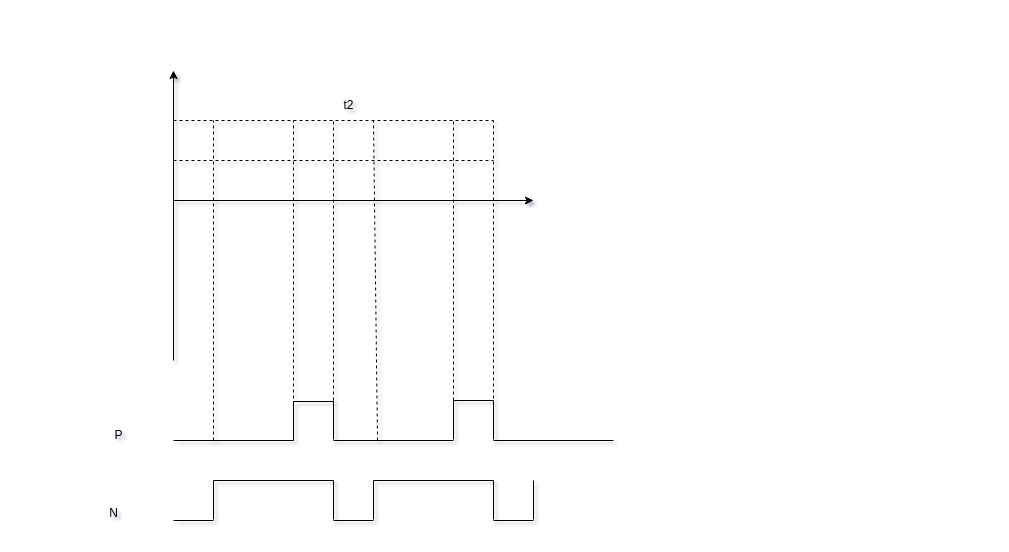
The draw.io diagram page "边沿对齐" (1 of 6) of 电驱芯片外设介绍.drawio in Vinson-001/Blog-flow-chart, before the edit. Source tidied: cells renumbered, new cells numbered last; positions are measured from the earlier drawing's top-left corner, leaving out a move shared by most shapes. Both pictures are drawn from the tidied source at 100%, with x=0, y=0 at pixel (98, 70).
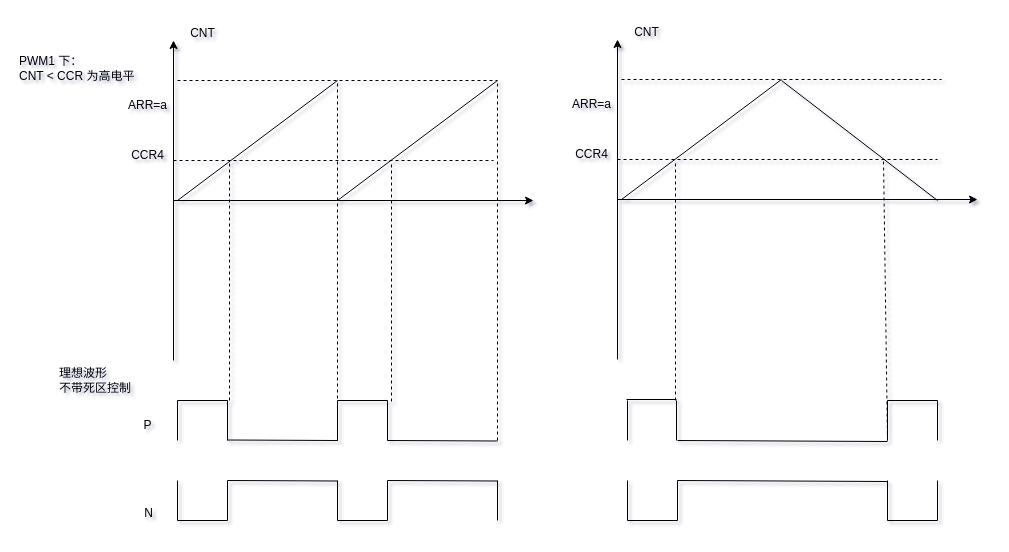
The same page after the edit.

Commit message (it also covers changes not shown here):
更新电驱芯片外设介绍.drawio

The edit, as a diff of the source:
```diff
@@
     <mxCell id="3" style="endArrow=classic;html=1;rounded=0;" parent="1" edge="1">
       <mxGeometry relative="1" as="geometry">
         <mxPoint x="75" y="290" as="sourcePoint" />
-        <mxPoint x="75" as="targetPoint" />
+        <mxPoint x="75" y="-30" as="targetPoint" />
       </mxGeometry>
     </mxCell>
-    <mxCell id="4" value="t2" style="text;html=1;align=center;verticalAlign=middle;strokeColor=none;fillColor=none;" parent="1" vertex="1">
-      <mxGeometry x="235" y="20" width="30" height="30" as="geometry" />
-    </mxCell>
-    <mxCell id="5" style="endArrow=none;html=1;rounded=0;dashed=1;" parent="1" edge="1">
-      <mxGeometry relative="1" as="geometry">
-        <mxPoint x="235" y="330" as="sourcePoint" />
-        <mxPoint x="235" y="48" as="targetPoint" />
-      </mxGeometry>
-    </mxCell>
     <mxCell id="6" style="endArrow=none;dashed=1;html=1;rounded=0;" parent="1" edge="1">
       <mxGeometry relative="1" as="geometry">
-        <mxPoint x="75" y="50" as="sourcePoint" />
-        <mxPoint x="395" y="50" as="targetPoint" />
+        <mxPoint x="79" y="10" as="sourcePoint" />
+        <mxPoint x="399" y="10" as="targetPoint" />
       </mxGeometry>
     </mxCell>
@@
     <mxCell id="8" style="endArrow=none;html=1;rounded=0;" parent="1" edge="1">
       <mxGeometry relative="1" as="geometry">
-        <mxPoint x="75" y="370" as="sourcePoint" />
-        <mxPoint x="195" y="370" as="targetPoint" />
+        <mxPoint x="79" y="370" as="sourcePoint" />
+        <mxPoint x="79" y="330" as="targetPoint" />
       </mxGeometry>
     </mxCell>
     <mxCell id="9" value="P" style="text;html=1;align=center;verticalAlign=middle;strokeColor=none;fillColor=none;" parent="1" vertex="1">
-      <mxGeometry x="5" y="350" width="30" height="30" as="geometry" />
+      <mxGeometry x="34" y="340" width="30" height="30" as="geometry" />
     </mxCell>
-    <mxCell id="10" style="endArrow=none;html=1;rounded=0;" parent="1" edge="1">
-      <mxGeometry relative="1" as="geometry">
-        <mxPoint x="195" y="370" as="sourcePoint" />
-        <mxPoint x="195" y="331" as="targetPoint" />
-      </mxGeometry>
-    </mxCell>
-    <mxCell id="11" style="endArrow=none;html=1;rounded=0;" parent="1" edge="1">
-      <mxGeometry relative="1" as="geometry">
-        <mxPoint x="195" y="331" as="sourcePoint" />
-        <mxPoint x="235" y="331" as="targetPoint" />
-      </mxGeometry>
-    </mxCell>
-    <mxCell id="12" style="endArrow=none;html=1;rounded=0;dashed=1;" parent="1" edge="1">
-      <mxGeometry relative="1" as="geometry">
-        <mxPoint x="115" y="370" as="sourcePoint" />
-        <mxPoint x="115" y="50" as="targetPoint" />
-      </mxGeometry>
-    </mxCell>
-    <mxCell id="13" style="endArrow=none;html=1;rounded=0;" parent="1" edge="1">
-      <mxGeometry relative="1" as="geometry">
-        <mxPoint x="75" y="450" as="sourcePoint" />
-        <mxPoint x="115" y="450" as="targetPoint" />
-      </mxGeometry>
-    </mxCell>
-    <mxCell id="14" style="endArrow=none;html=1;rounded=0;" parent="1" edge="1">
-      <mxGeometry relative="1" as="geometry">
-        <mxPoint x="115" y="449" as="sourcePoint" />
-        <mxPoint x="115" y="410" as="targetPoint" />
-      </mxGeometry>
-    </mxCell>
-    <mxCell id="15" style="endArrow=none;html=1;rounded=0;" parent="1" edge="1">
-      <mxGeometry relative="1" as="geometry">
-        <mxPoint x="115" y="410" as="sourcePoint" />
-        <mxPoint x="235" y="410" as="targetPoint" />
-      </mxGeometry>
-    </mxCell>
     <mxCell id="16" value="N" style="text;html=1;align=center;verticalAlign=middle;strokeColor=none;fillColor=none;" parent="1" vertex="1">
-      <mxGeometry y="428" width="30" height="30" as="geometry" />
+      <mxGeometry x="35" y="428" width="30" height="30" as="geometry" />
     </mxCell>
-    <mxCell id="17" style="endArrow=none;html=1;rounded=0;dashed=1;" parent="1" edge="1">
-      <mxGeometry relative="1" as="geometry">
-        <mxPoint x="195" y="370" as="sourcePoint" />
-        <mxPoint x="195" y="50" as="targetPoint" />
-      </mxGeometry>
-    </mxCell>
-    <mxCell id="18" style="endArrow=none;html=1;rounded=0;" parent="1" edge="1">
-      <mxGeometry relative="1" as="geometry">
-        <mxPoint x="235" y="370" as="sourcePoint" />
-        <mxPoint x="355" y="370" as="targetPoint" />
-      </mxGeometry>
-    </mxCell>
-    <mxCell id="19" style="endArrow=none;html=1;rounded=0;" parent="1" edge="1">
-      <mxGeometry relative="1" as="geometry">
-        <mxPoint x="235" y="369" as="sourcePoint" />
-        <mxPoint x="235" y="330" as="targetPoint" />
-      </mxGeometry>
-    </mxCell>
-    <mxCell id="20" style="endArrow=none;html=1;rounded=0;" parent="1" edge="1">
-      <mxGeometry relative="1" as="geometry">
-        <mxPoint x="355" y="369" as="sourcePoint" />
-        <mxPoint x="355" y="330" as="targetPoint" />
-      </mxGeometry>
-    </mxCell>
-    <mxCell id="21" style="endArrow=none;html=1;rounded=0;" parent="1" edge="1">
-      <mxGeometry relative="1" as="geometry">
-        <mxPoint x="355" y="330" as="sourcePoint" />
-        <mxPoint x="395" y="330" as="targetPoint" />
-      </mxGeometry>
-    </mxCell>
-    <mxCell id="22" style="endArrow=none;html=1;rounded=0;" parent="1" edge="1">
-      <mxGeometry relative="1" as="geometry">
-        <mxPoint x="395" y="370" as="sourcePoint" />
-        <mxPoint x="515" y="370" as="targetPoint" />
-      </mxGeometry>
-    </mxCell>
-    <mxCell id="23" style="endArrow=none;html=1;rounded=0;" parent="1" edge="1">
-      <mxGeometry relative="1" as="geometry">
-        <mxPoint x="395" y="369" as="sourcePoint" />
-        <mxPoint x="395" y="330" as="targetPoint" />
-      </mxGeometry>
-    </mxCell>
-    <mxCell id="24" style="endArrow=none;html=1;rounded=0;" parent="1" edge="1">
-      <mxGeometry relative="1" as="geometry">
-        <mxPoint x="235" y="450" as="sourcePoint" />
-        <mxPoint x="275" y="450" as="targetPoint" />
-      </mxGeometry>
-    </mxCell>
-    <mxCell id="25" style="endArrow=none;html=1;rounded=0;" parent="1" edge="1">
-      <mxGeometry relative="1" as="geometry">
-        <mxPoint x="235" y="449" as="sourcePoint" />
-        <mxPoint x="235" y="410" as="targetPoint" />
-      </mxGeometry>
-    </mxCell>
-    <mxCell id="26" style="endArrow=none;html=1;rounded=0;" parent="1" edge="1">
-      <mxGeometry relative="1" as="geometry">
-        <mxPoint x="275" y="449" as="sourcePoint" />
-        <mxPoint x="275" y="410" as="targetPoint" />
-      </mxGeometry>
-    </mxCell>
-    <mxCell id="27" style="endArrow=none;html=1;rounded=0;" parent="1" edge="1">
-      <mxGeometry relative="1" as="geometry">
-        <mxPoint x="275" y="410" as="sourcePoint" />
-        <mxPoint x="395" y="410" as="targetPoint" />
-      </mxGeometry>
-    </mxCell>
-    <mxCell id="28" style="endArrow=none;html=1;rounded=0;" parent="1" edge="1">
-      <mxGeometry relative="1" as="geometry">
-        <mxPoint x="395" y="450" as="sourcePoint" />
-        <mxPoint x="435" y="450" as="targetPoint" />
-      </mxGeometry>
-    </mxCell>
-    <mxCell id="29" style="endArrow=none;html=1;rounded=0;" parent="1" edge="1">
-      <mxGeometry relative="1" as="geometry">
-        <mxPoint x="395" y="449" as="sourcePoint" />
-        <mxPoint x="395" y="410" as="targetPoint" />
-      </mxGeometry>
-    </mxCell>
-    <mxCell id="30" style="endArrow=none;html=1;rounded=0;" parent="1" edge="1">
-      <mxGeometry relative="1" as="geometry">
-        <mxPoint x="435" y="449" as="sourcePoint" />
-        <mxPoint x="435" y="410" as="targetPoint" />
-      </mxGeometry>
-    </mxCell>
-    <mxCell id="31" style="endArrow=none;html=1;rounded=0;dashed=1;" parent="1" edge="1">
-      <mxGeometry relative="1" as="geometry">
-        <mxPoint x="279" y="370" as="sourcePoint" />
-        <mxPoint x="275" y="50" as="targetPoint" />
-      </mxGeometry>
-    </mxCell>
-    <mxCell id="32" style="endArrow=none;html=1;rounded=0;dashed=1;" parent="1" edge="1">
-      <mxGeometry relative="1" as="geometry">
-        <mxPoint x="355" y="330" as="sourcePoint" />
-        <mxPoint x="355" y="50" as="targetPoint" />
-      </mxGeometry>
-    </mxCell>
-    <mxCell id="33" style="endArrow=none;html=1;rounded=0;dashed=1;" parent="1" edge="1">
-      <mxGeometry relative="1" as="geometry">
-        <mxPoint x="395" y="340" as="sourcePoint" />
-        <mxPoint x="395" y="50" as="targetPoint" />
-      </mxGeometry>
-    </mxCell>
+    <mxCell id="34" value="CNT" style="text;html=1;align=center;verticalAlign=middle;strokeColor=none;fillColor=none;" parent="1" vertex="1">
+      <mxGeometry x="79" y="-52" width="50" height="30" as="geometry" />
+    </mxCell>
+    <mxCell id="35" value="ARR=a" style="text;html=1;align=center;verticalAlign=middle;strokeColor=none;fillColor=none;" parent="1" vertex="1">
+      <mxGeometry x="19" y="20" width="60" height="30" as="geometry" />
+    </mxCell>
+    <mxCell id="36" value="CCR4" style="text;html=1;align=center;verticalAlign=middle;strokeColor=none;fillColor=none;" parent="1" vertex="1">
+      <mxGeometry x="19" y="70" width="60" height="30" as="geometry" />
+    </mxCell>
+    <mxCell id="37" value="PWM1 下：&lt;div&gt;CNT &amp;lt; CCR 为高电平&lt;/div&gt;" style="text;html=1;align=left;verticalAlign=middle;strokeColor=none;fillColor=none;" parent="1" vertex="1">
+      <mxGeometry x="-81" y="-22" width="140" height="40" as="geometry" />
+    </mxCell>
+    <mxCell id="38" style="endArrow=none;html=1;rounded=0;" parent="1" edge="1">
+      <mxGeometry relative="1" as="geometry">
+        <mxPoint x="79" y="130" as="sourcePoint" />
+        <mxPoint x="239" y="10" as="targetPoint" />
+      </mxGeometry>
+    </mxCell>
+    <mxCell id="39" style="endArrow=none;html=1;rounded=0;" parent="1" edge="1">
+      <mxGeometry relative="1" as="geometry">
+        <mxPoint x="79" y="330" as="sourcePoint" />
+        <mxPoint x="129" y="330" as="targetPoint" />
+      </mxGeometry>
+    </mxCell>
+    <mxCell id="40" style="endArrow=none;dashed=1;html=1;rounded=0;" parent="1" edge="1">
+      <mxGeometry relative="1" as="geometry">
+        <mxPoint x="131" y="330" as="sourcePoint" />
+        <mxPoint x="131" y="90" as="targetPoint" />
+      </mxGeometry>
+    </mxCell>
+    <mxCell id="41" style="endArrow=none;html=1;rounded=0;" parent="1" edge="1">
+      <mxGeometry relative="1" as="geometry">
+        <mxPoint x="129" y="370" as="sourcePoint" />
+        <mxPoint x="129" y="330" as="targetPoint" />
+      </mxGeometry>
+    </mxCell>
+    <mxCell id="42" style="endArrow=none;html=1;rounded=0;" parent="1" edge="1">
+      <mxGeometry relative="1" as="geometry">
+        <mxPoint x="129" y="369.5" as="sourcePoint" />
+        <mxPoint x="239" y="370" as="targetPoint" />
+      </mxGeometry>
+    </mxCell>
+    <mxCell id="43" style="endArrow=none;html=1;rounded=0;" parent="1" edge="1">
+      <mxGeometry relative="1" as="geometry">
+        <mxPoint x="239" y="130" as="sourcePoint" />
+        <mxPoint x="399" y="10" as="targetPoint" />
+      </mxGeometry>
+    </mxCell>
+    <mxCell id="44" style="endArrow=none;dashed=1;html=1;rounded=0;" parent="1" edge="1">
+      <mxGeometry relative="1" as="geometry">
+        <mxPoint x="239" y="370" as="sourcePoint" />
+        <mxPoint x="239" y="10" as="targetPoint" />
+      </mxGeometry>
+    </mxCell>
+    <mxCell id="45" style="endArrow=none;html=1;rounded=0;" parent="1" edge="1">
+      <mxGeometry relative="1" as="geometry">
+        <mxPoint x="239" y="370" as="sourcePoint" />
+        <mxPoint x="239" y="330" as="targetPoint" />
+      </mxGeometry>
+    </mxCell>
+    <mxCell id="46" style="endArrow=none;html=1;rounded=0;" parent="1" edge="1">
+      <mxGeometry relative="1" as="geometry">
+        <mxPoint x="239" y="330" as="sourcePoint" />
+        <mxPoint x="289" y="330" as="targetPoint" />
+      </mxGeometry>
+    </mxCell>
+    <mxCell id="47" style="endArrow=none;html=1;rounded=0;" parent="1" edge="1">
+      <mxGeometry relative="1" as="geometry">
+        <mxPoint x="289" y="370" as="sourcePoint" />
+        <mxPoint x="289" y="330" as="targetPoint" />
+      </mxGeometry>
+    </mxCell>
+    <mxCell id="48" style="endArrow=none;dashed=1;html=1;rounded=0;" parent="1" edge="1">
+      <mxGeometry relative="1" as="geometry">
+        <mxPoint x="293" y="331" as="sourcePoint" />
+        <mxPoint x="293" y="91" as="targetPoint" />
+      </mxGeometry>
+    </mxCell>
+    <mxCell id="49" style="endArrow=none;html=1;rounded=0;" parent="1" edge="1">
+      <mxGeometry relative="1" as="geometry">
+        <mxPoint x="289" y="370" as="sourcePoint" />
+        <mxPoint x="399" y="370.5" as="targetPoint" />
+      </mxGeometry>
+    </mxCell>
+    <mxCell id="50" style="endArrow=none;html=1;rounded=0;" parent="1" edge="1">
+      <mxGeometry relative="1" as="geometry">
+        <mxPoint x="79" y="450" as="sourcePoint" />
+        <mxPoint x="129" y="450" as="targetPoint" />
+      </mxGeometry>
+    </mxCell>
+    <mxCell id="51" style="endArrow=none;html=1;rounded=0;" parent="1" edge="1">
+      <mxGeometry relative="1" as="geometry">
+        <mxPoint x="129" y="450" as="sourcePoint" />
+        <mxPoint x="129" y="410" as="targetPoint" />
+      </mxGeometry>
+    </mxCell>
+    <mxCell id="52" style="endArrow=none;html=1;rounded=0;" parent="1" edge="1">
+      <mxGeometry relative="1" as="geometry">
+        <mxPoint x="129" y="410" as="sourcePoint" />
+        <mxPoint x="239" y="410.5" as="targetPoint" />
+      </mxGeometry>
+    </mxCell>
+    <mxCell id="53" style="endArrow=none;html=1;rounded=0;" parent="1" edge="1">
+      <mxGeometry relative="1" as="geometry">
+        <mxPoint x="239" y="450" as="sourcePoint" />
+        <mxPoint x="239" y="410" as="targetPoint" />
+      </mxGeometry>
+    </mxCell>
+    <mxCell id="54" style="endArrow=none;html=1;rounded=0;" parent="1" edge="1">
+      <mxGeometry relative="1" as="geometry">
+        <mxPoint x="239" y="450" as="sourcePoint" />
+        <mxPoint x="289" y="450" as="targetPoint" />
+      </mxGeometry>
+    </mxCell>
+    <mxCell id="55" style="endArrow=none;html=1;rounded=0;" parent="1" edge="1">
+      <mxGeometry relative="1" as="geometry">
+        <mxPoint x="289" y="450" as="sourcePoint" />
+        <mxPoint x="289" y="410" as="targetPoint" />
+      </mxGeometry>
+    </mxCell>
+    <mxCell id="56" style="endArrow=none;html=1;rounded=0;" parent="1" edge="1">
+      <mxGeometry relative="1" as="geometry">
+        <mxPoint x="289" y="410" as="sourcePoint" />
+        <mxPoint x="399" y="410.5" as="targetPoint" />
+      </mxGeometry>
+    </mxCell>
+    <mxCell id="57" style="endArrow=none;html=1;rounded=0;" parent="1" edge="1">
+      <mxGeometry relative="1" as="geometry">
+        <mxPoint x="79" y="450" as="sourcePoint" />
+        <mxPoint x="79" y="410" as="targetPoint" />
+      </mxGeometry>
+    </mxCell>
+    <mxCell id="58" style="endArrow=none;html=1;rounded=0;" parent="1" edge="1">
+      <mxGeometry relative="1" as="geometry">
+        <mxPoint x="399" y="450" as="sourcePoint" />
+        <mxPoint x="399" y="410" as="targetPoint" />
+      </mxGeometry>
+    </mxCell>
+    <mxCell id="59" style="endArrow=none;dashed=1;html=1;rounded=0;" parent="1" edge="1">
+      <mxGeometry relative="1" as="geometry">
+        <mxPoint x="399" y="370" as="sourcePoint" />
+        <mxPoint x="399" y="10" as="targetPoint" />
+      </mxGeometry>
+    </mxCell>
+    <mxCell id="60" value="理想波形&lt;div&gt;不带死区控制&lt;/div&gt;" style="text;html=1;align=left;verticalAlign=middle;strokeColor=none;fillColor=none;" parent="1" vertex="1">
+      <mxGeometry x="-41" y="290" width="100" height="40" as="geometry" />
+    </mxCell>
+    <mxCell id="61" style="endArrow=classic;html=1;rounded=0;" parent="1" edge="1">
+      <mxGeometry relative="1" as="geometry">
+        <mxPoint x="519" y="129" as="sourcePoint" />
+        <mxPoint x="879" y="129" as="targetPoint" />
+      </mxGeometry>
+    </mxCell>
+    <mxCell id="62" style="endArrow=classic;html=1;rounded=0;" parent="1" edge="1">
+      <mxGeometry relative="1" as="geometry">
+        <mxPoint x="519" y="289" as="sourcePoint" />
+        <mxPoint x="519" y="-31" as="targetPoint" />
+      </mxGeometry>
+    </mxCell>
+    <mxCell id="63" style="endArrow=none;dashed=1;html=1;rounded=0;" parent="1" edge="1">
+      <mxGeometry relative="1" as="geometry">
+        <mxPoint x="523" y="9" as="sourcePoint" />
+        <mxPoint x="843" y="9" as="targetPoint" />
+      </mxGeometry>
+    </mxCell>
+    <mxCell id="64" style="endArrow=none;dashed=1;html=1;rounded=0;" parent="1" edge="1">
+      <mxGeometry relative="1" as="geometry">
+        <mxPoint x="519" y="89" as="sourcePoint" />
+        <mxPoint x="839" y="89" as="targetPoint" />
+      </mxGeometry>
+    </mxCell>
+    <mxCell id="65" value="CNT" style="text;html=1;align=center;verticalAlign=middle;strokeColor=none;fillColor=none;" parent="1" vertex="1">
+      <mxGeometry x="523" y="-53" width="50" height="30" as="geometry" />
+    </mxCell>
+    <mxCell id="66" value="ARR=a" style="text;html=1;align=center;verticalAlign=middle;strokeColor=none;fillColor=none;" parent="1" vertex="1">
+      <mxGeometry x="463" y="19" width="60" height="30" as="geometry" />
+    </mxCell>
+    <mxCell id="67" value="CCR4" style="text;html=1;align=center;verticalAlign=middle;strokeColor=none;fillColor=none;" parent="1" vertex="1">
+      <mxGeometry x="463" y="69" width="60" height="30" as="geometry" />
+    </mxCell>
+    <mxCell id="68" style="endArrow=none;html=1;rounded=0;" parent="1" edge="1">
+      <mxGeometry relative="1" as="geometry">
+        <mxPoint x="523" y="129" as="sourcePoint" />
+        <mxPoint x="683" y="9" as="targetPoint" />
+      </mxGeometry>
+    </mxCell>
+    <mxCell id="69" style="endArrow=none;html=1;rounded=0;" parent="1" edge="1">
+      <mxGeometry relative="1" as="geometry">
+        <mxPoint x="839" y="130" as="sourcePoint" />
+        <mxPoint x="683" y="10" as="targetPoint" />
+      </mxGeometry>
+    </mxCell>
+    <mxCell id="70" style="endArrow=none;dashed=1;html=1;rounded=0;" parent="1" edge="1">
+      <mxGeometry relative="1" as="geometry">
+        <mxPoint x="577" y="330" as="sourcePoint" />
+        <mxPoint x="577" y="90" as="targetPoint" />
+      </mxGeometry>
+    </mxCell>
+    <mxCell id="71" style="endArrow=none;html=1;rounded=0;" parent="1" edge="1">
+      <mxGeometry relative="1" as="geometry">
+        <mxPoint x="528" y="329" as="sourcePoint" />
+        <mxPoint x="578" y="329" as="targetPoint" />
+      </mxGeometry>
+    </mxCell>
+    <mxCell id="72" style="endArrow=none;html=1;rounded=0;" parent="1" edge="1">
+      <mxGeometry relative="1" as="geometry">
+        <mxPoint x="529" y="370" as="sourcePoint" />
+        <mxPoint x="529" y="330" as="targetPoint" />
+      </mxGeometry>
+    </mxCell>
+    <mxCell id="73" style="endArrow=none;html=1;rounded=0;" parent="1" edge="1">
+      <mxGeometry relative="1" as="geometry">
+        <mxPoint x="578" y="370" as="sourcePoint" />
+        <mxPoint x="578" y="330" as="targetPoint" />
+      </mxGeometry>
+    </mxCell>
+    <mxCell id="74" style="endArrow=none;html=1;rounded=0;" parent="1" edge="1">
+      <mxGeometry relative="1" as="geometry">
+        <mxPoint x="579" y="370" as="sourcePoint" />
+        <mxPoint x="789" y="371" as="targetPoint" />
+      </mxGeometry>
+    </mxCell>
+    <mxCell id="75" style="endArrow=none;dashed=1;html=1;rounded=0;" parent="1" edge="1">
+      <mxGeometry relative="1" as="geometry">
+        <mxPoint x="789" y="370" as="sourcePoint" />
+        <mxPoint x="785" y="89" as="targetPoint" />
+      </mxGeometry>
+    </mxCell>
+    <mxCell id="76" style="endArrow=none;html=1;rounded=0;" parent="1" edge="1">
+      <mxGeometry relative="1" as="geometry">
+        <mxPoint x="789" y="370" as="sourcePoint" />
+        <mxPoint x="789" y="330" as="targetPoint" />
+      </mxGeometry>
+    </mxCell>
+    <mxCell id="77" style="endArrow=none;html=1;rounded=0;" parent="1" edge="1">
+      <mxGeometry relative="1" as="geometry">
+        <mxPoint x="789" y="330" as="sourcePoint" />
+        <mxPoint x="839" y="330" as="targetPoint" />
+      </mxGeometry>
+    </mxCell>
+    <mxCell id="78" style="endArrow=none;html=1;rounded=0;" parent="1" edge="1">
+      <mxGeometry relative="1" as="geometry">
+        <mxPoint x="839" y="370" as="sourcePoint" />
+        <mxPoint x="839" y="330" as="targetPoint" />
+      </mxGeometry>
+    </mxCell>
+    <mxCell id="79" style="endArrow=none;html=1;rounded=0;" parent="1" edge="1">
+      <mxGeometry relative="1" as="geometry">
+        <mxPoint x="529" y="450" as="sourcePoint" />
+        <mxPoint x="529" y="410" as="targetPoint" />
+      </mxGeometry>
+    </mxCell>
+    <mxCell id="80" style="endArrow=none;html=1;rounded=0;" parent="1" edge="1">
+      <mxGeometry relative="1" as="geometry">
+        <mxPoint x="529" y="450" as="sourcePoint" />
+        <mxPoint x="579" y="450" as="targetPoint" />
+      </mxGeometry>
+    </mxCell>
+    <mxCell id="81" style="endArrow=none;html=1;rounded=0;" parent="1" edge="1">
+      <mxGeometry relative="1" as="geometry">
+        <mxPoint x="579" y="450" as="sourcePoint" />
+        <mxPoint x="579" y="410" as="targetPoint" />
+      </mxGeometry>
+    </mxCell>
+    <mxCell id="82" style="endArrow=none;html=1;rounded=0;" parent="1" edge="1">
+      <mxGeometry relative="1" as="geometry">
+        <mxPoint x="579" y="410" as="sourcePoint" />
+        <mxPoint x="789" y="411" as="targetPoint" />
+      </mxGeometry>
+    </mxCell>
+    <mxCell id="83" style="endArrow=none;html=1;rounded=0;" parent="1" edge="1">
+      <mxGeometry relative="1" as="geometry">
+        <mxPoint x="789" y="450" as="sourcePoint" />
+        <mxPoint x="789" y="410" as="targetPoint" />
+      </mxGeometry>
+    </mxCell>
+    <mxCell id="84" style="endArrow=none;html=1;rounded=0;" parent="1" edge="1">
+      <mxGeometry relative="1" as="geometry">
+        <mxPoint x="789" y="450" as="sourcePoint" />
+        <mxPoint x="839" y="450" as="targetPoint" />
+      </mxGeometry>
+    </mxCell>
+    <mxCell id="85" style="endArrow=none;html=1;rounded=0;" parent="1" edge="1">
+      <mxGeometry relative="1" as="geometry">
+        <mxPoint x="839" y="450" as="sourcePoint" />
+        <mxPoint x="839" y="410" as="targetPoint" />
+      </mxGeometry>
+    </mxCell>
```
